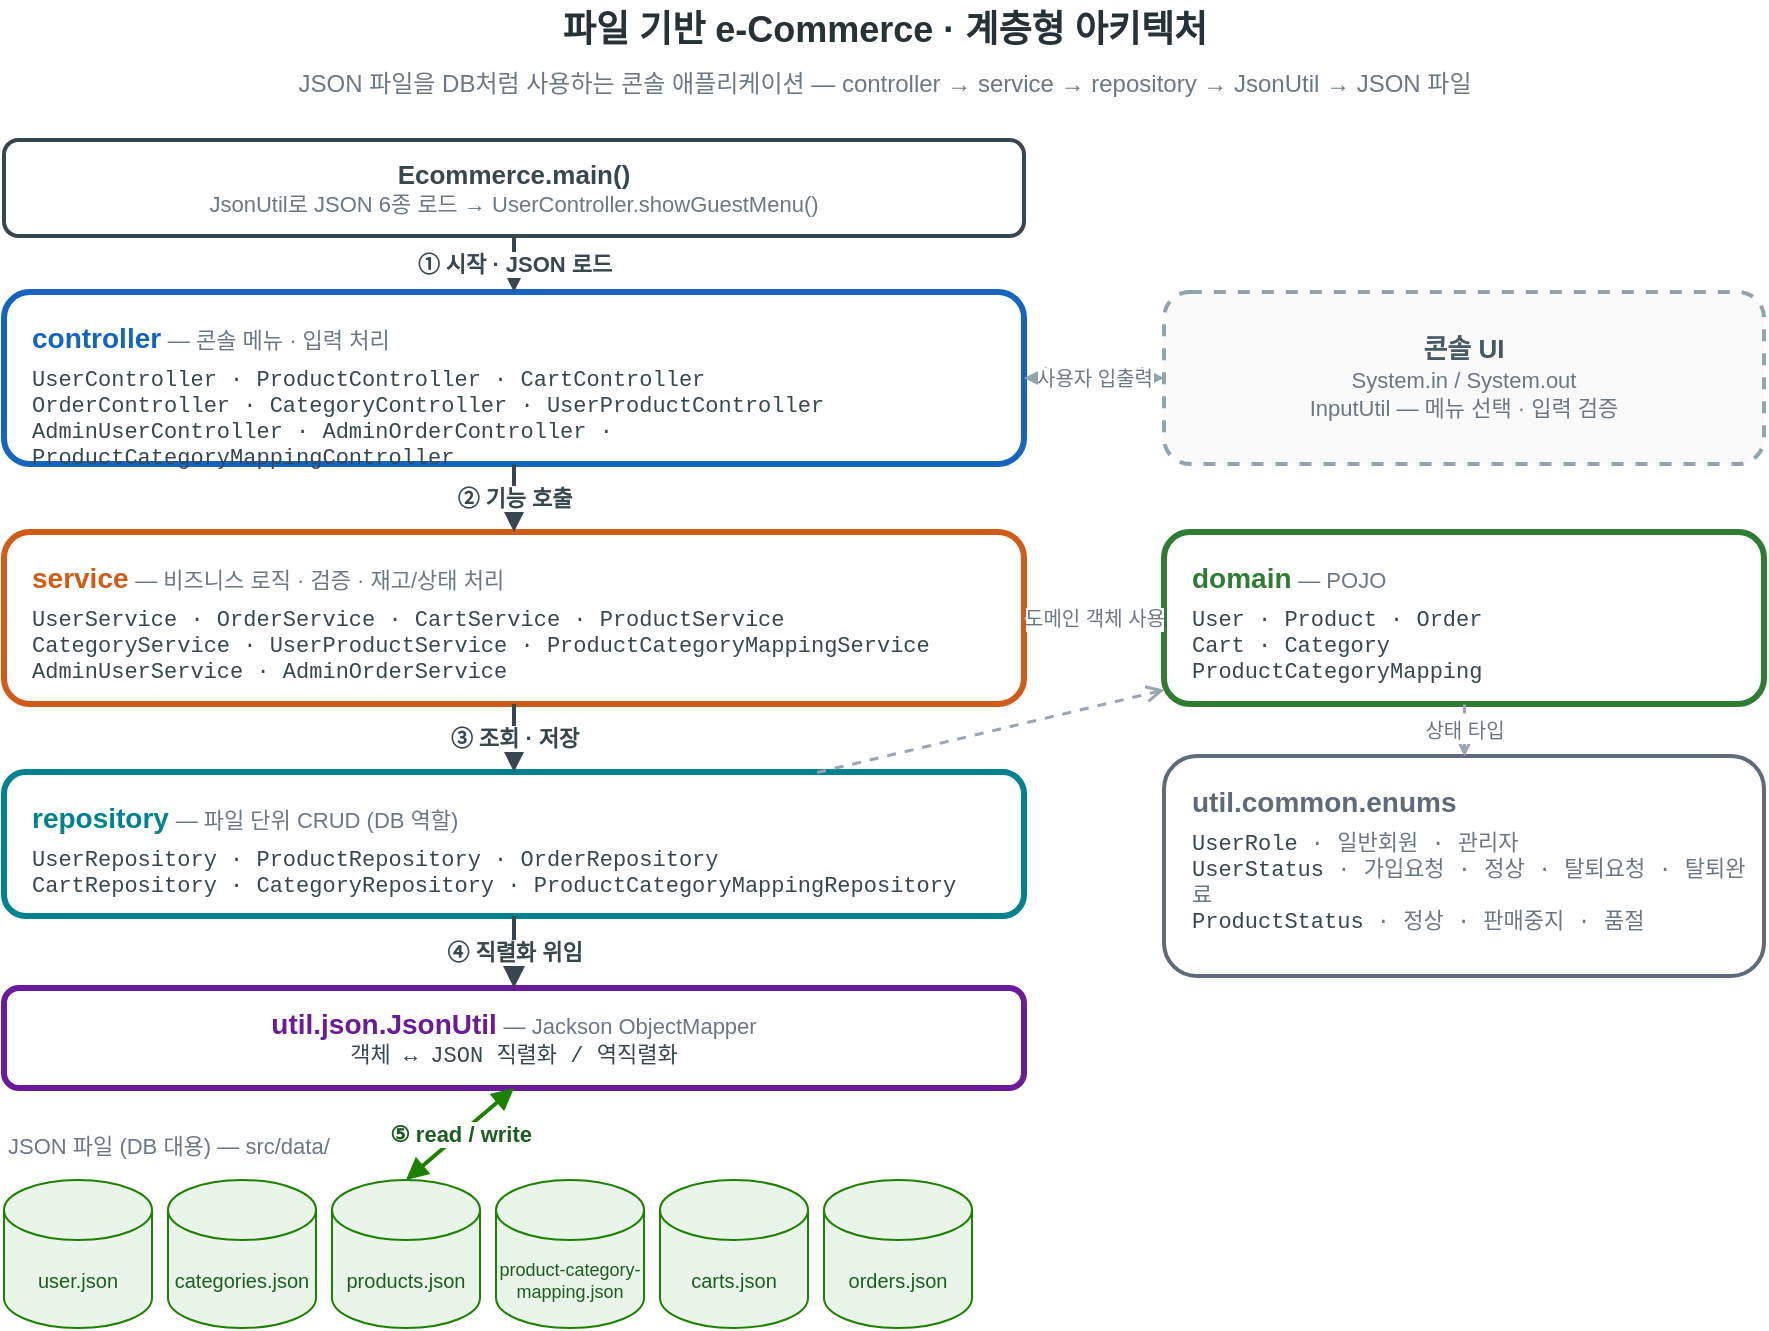
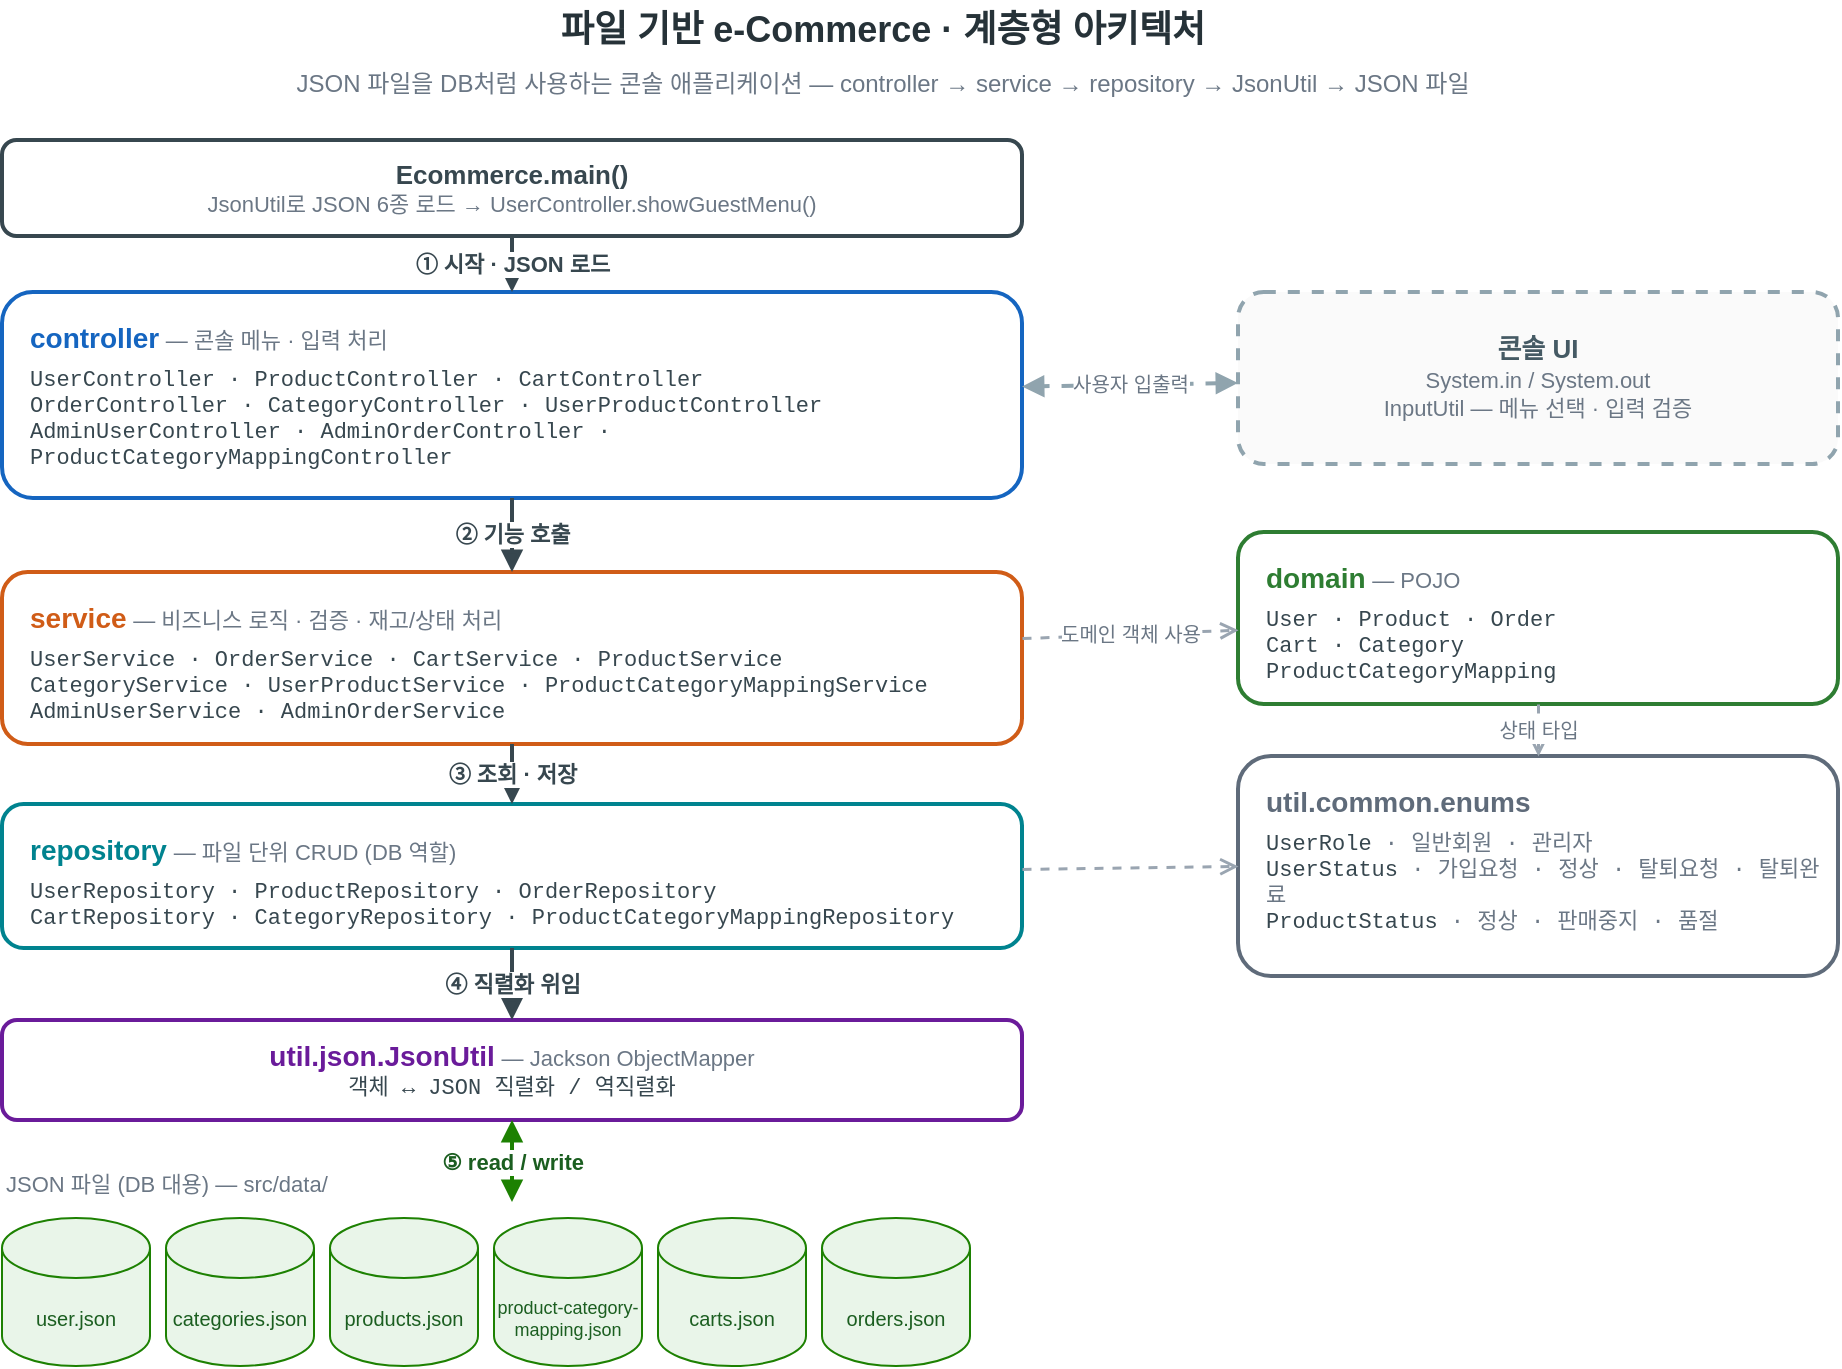
- <mxfile host="app.diagrams.net" type="device">
+ <mxfile host="Electron">
  <diagram id="ecommerce-arch" name="01_architecture">
-     <mxGraphModel dx="1100" dy="780" grid="0" gridSize="10" guides="1" tooltips="1" connect="1" arrows="1" fold="1" page="1" pageScale="1" pageWidth="1000" pageHeight="740" math="0" shadow="0">
+     <mxGraphModel dx="1414" dy="842" grid="0" gridSize="10" guides="1" tooltips="1" connect="1" arrows="1" fold="1" page="1" pageScale="1" pageWidth="1000" pageHeight="740" math="0" shadow="0">
      <root>
        <mxCell id="0" />
        <mxCell id="1" parent="0" />
- 
-         <mxCell id="title" value="&lt;b style='font-size:18px;color:#263238'&gt;파일 기반 e-Commerce · 계층형 아키텍처&lt;/b&gt;" style="text;html=1;align=center;verticalAlign=middle;fontColor=#263238;" vertex="1" parent="1">
-           <mxGeometry x="60" y="22" width="880" height="30" as="geometry" />
+         <mxCell id="title" parent="1" style="text;html=1;align=center;verticalAlign=middle;fontColor=#263238;" value="&lt;b style=&#39;font-size:18px;color:#263238&#39;&gt;파일 기반 e-Commerce · 계층형 아키텍처&lt;/b&gt;" vertex="1">
+           <mxGeometry height="30" width="880" x="60" y="22" as="geometry" />
        </mxCell>
-         <mxCell id="subtitle" value="&lt;span style='color:#6B7785;font-size:12px'&gt;JSON 파일을 DB처럼 사용하는 콘솔 애플리케이션 — controller → service → repository → JsonUtil → JSON 파일&lt;/span&gt;" style="text;html=1;align=center;verticalAlign=middle;" vertex="1" parent="1">
-           <mxGeometry x="60" y="54" width="880" height="20" as="geometry" />
+         <mxCell id="subtitle" parent="1" style="text;html=1;align=center;verticalAlign=middle;" value="&lt;span style=&#39;color:#6B7785;font-size:12px&#39;&gt;JSON 파일을 DB처럼 사용하는 콘솔 애플리케이션 — controller → service → repository → JsonUtil → JSON 파일&lt;/span&gt;" vertex="1">
+           <mxGeometry height="20" width="880" x="60" y="54" as="geometry" />
        </mxCell>
- 
-         <mxCell id="main" value="&lt;b style='font-size:13px;color:#37474F'&gt;Ecommerce.main()&lt;/b&gt;&lt;br&gt;&lt;span style='color:#6B7785;font-size:11px'&gt;JsonUtil로 JSON 6종 로드 → UserController.showGuestMenu()&lt;/span&gt;" style="rounded=1;whiteSpace=wrap;html=1;fillColor=#FFFFFF;strokeColor=#37474F;strokeWidth=2;verticalAlign=middle;align=center;" vertex="1" parent="1">
-           <mxGeometry x="60" y="92" width="510" height="48" as="geometry" />
+         <mxCell id="main" parent="1" style="rounded=1;whiteSpace=wrap;html=1;fillColor=#FFFFFF;strokeColor=#37474F;strokeWidth=2;verticalAlign=middle;align=center;" value="&lt;b style=&#39;font-size:13px;color:#37474F&#39;&gt;Ecommerce.main()&lt;/b&gt;&lt;br&gt;&lt;span style=&#39;color:#6B7785;font-size:11px&#39;&gt;JsonUtil로 JSON 6종 로드 → UserController.showGuestMenu()&lt;/span&gt;" vertex="1">
+           <mxGeometry height="48" width="510" x="60" y="92" as="geometry" />
        </mxCell>
- 
-         <mxCell id="ctrl" value="&lt;b style='color:#1565C0;font-size:14px'&gt;controller&lt;/b&gt; &lt;span style='color:#6B7785;font-size:11px'&gt;— 콘솔 메뉴 · 입력 처리&lt;/span&gt;&lt;div style='font-family:Courier New;font-size:11px;color:#37474F;margin-top:6px'&gt;UserController · ProductController · CartController&lt;br&gt;OrderController · CategoryController · UserProductController&lt;br&gt;AdminUserController · AdminOrderController · ProductCategoryMappingController&lt;/div&gt;" style="rounded=1;whiteSpace=wrap;html=1;fillColor=#FFFFFF;strokeColor=#1565C0;strokeWidth=3;verticalAlign=top;align=left;spacingLeft=12;spacingTop=8;spacingRight=10;" vertex="1" parent="1">
-           <mxGeometry x="60" y="168" width="510" height="86" as="geometry" />
+         <mxCell id="ctrl" parent="1" style="rounded=1;whiteSpace=wrap;html=1;fillColor=#FFFFFF;strokeColor=#1565C0;strokeWidth=2;verticalAlign=top;align=left;spacingLeft=12;spacingTop=8;spacingRight=10;" value="&lt;b style=&#39;color:#1565C0;font-size:14px&#39;&gt;controller&lt;/b&gt; &lt;span style=&#39;color:#6B7785;font-size:11px&#39;&gt;— 콘솔 메뉴 · 입력 처리&lt;/span&gt;&lt;div style=&#39;font-family:Courier New;font-size:11px;color:#37474F;margin-top:6px&#39;&gt;UserController · ProductController · CartController&lt;br&gt;OrderController · CategoryController · UserProductController&lt;br&gt;AdminUserController · AdminOrderController · ProductCategoryMappingController&lt;/div&gt;" vertex="1">
+           <mxGeometry height="103" width="510" x="60" y="168" as="geometry" />
        </mxCell>
- 
-         <mxCell id="svc" value="&lt;b style='color:#D05C17;font-size:14px'&gt;service&lt;/b&gt; &lt;span style='color:#6B7785;font-size:11px'&gt;— 비즈니스 로직 · 검증 · 재고/상태 처리&lt;/span&gt;&lt;div style='font-family:Courier New;font-size:11px;color:#37474F;margin-top:6px'&gt;UserService · OrderService · CartService · ProductService&lt;br&gt;CategoryService · UserProductService · ProductCategoryMappingService&lt;br&gt;AdminUserService · AdminOrderService&lt;/div&gt;" style="rounded=1;whiteSpace=wrap;html=1;fillColor=#FFFFFF;strokeColor=#D05C17;strokeWidth=3;verticalAlign=top;align=left;spacingLeft=12;spacingTop=8;spacingRight=10;" vertex="1" parent="1">
-           <mxGeometry x="60" y="288" width="510" height="86" as="geometry" />
+         <mxCell id="svc" parent="1" style="rounded=1;whiteSpace=wrap;html=1;fillColor=#FFFFFF;strokeColor=#D05C17;strokeWidth=2;verticalAlign=top;align=left;spacingLeft=12;spacingTop=8;spacingRight=10;" value="&lt;b style=&#39;color:#D05C17;font-size:14px&#39;&gt;service&lt;/b&gt; &lt;span style=&#39;color:#6B7785;font-size:11px&#39;&gt;— 비즈니스 로직 · 검증 · 재고/상태 처리&lt;/span&gt;&lt;div style=&#39;font-family:Courier New;font-size:11px;color:#37474F;margin-top:6px&#39;&gt;UserService · OrderService · CartService · ProductService&lt;br&gt;CategoryService · UserProductService · ProductCategoryMappingService&lt;br&gt;AdminUserService · AdminOrderService&lt;/div&gt;" vertex="1">
+           <mxGeometry height="86" width="510" x="60" y="308" as="geometry" />
        </mxCell>
- 
-         <mxCell id="repo" value="&lt;b style='color:#00838F;font-size:14px'&gt;repository&lt;/b&gt; &lt;span style='color:#6B7785;font-size:11px'&gt;— 파일 단위 CRUD (DB 역할)&lt;/span&gt;&lt;div style='font-family:Courier New;font-size:11px;color:#37474F;margin-top:6px'&gt;UserRepository · ProductRepository · OrderRepository&lt;br&gt;CartRepository · CategoryRepository · ProductCategoryMappingRepository&lt;/div&gt;" style="rounded=1;whiteSpace=wrap;html=1;fillColor=#FFFFFF;strokeColor=#00838F;strokeWidth=3;verticalAlign=top;align=left;spacingLeft=12;spacingTop=8;spacingRight=10;" vertex="1" parent="1">
-           <mxGeometry x="60" y="408" width="510" height="72" as="geometry" />
+         <mxCell id="repo" parent="1" style="rounded=1;whiteSpace=wrap;html=1;fillColor=#FFFFFF;strokeColor=#00838F;strokeWidth=2;verticalAlign=top;align=left;spacingLeft=12;spacingTop=8;spacingRight=10;" value="&lt;b style=&#39;color:#00838F;font-size:14px&#39;&gt;repository&lt;/b&gt; &lt;span style=&#39;color:#6B7785;font-size:11px&#39;&gt;— 파일 단위 CRUD (DB 역할)&lt;/span&gt;&lt;div style=&#39;font-family:Courier New;font-size:11px;color:#37474F;margin-top:6px&#39;&gt;UserRepository · ProductRepository · OrderRepository&lt;br&gt;CartRepository · CategoryRepository · ProductCategoryMappingRepository&lt;/div&gt;" vertex="1">
+           <mxGeometry height="72" width="510" x="60" y="424" as="geometry" />
        </mxCell>
- 
-         <mxCell id="jsonutil" value="&lt;b style='color:#6A1B9A;font-size:14px'&gt;util.json.JsonUtil&lt;/b&gt; &lt;span style='color:#6B7785;font-size:11px'&gt;— Jackson ObjectMapper&lt;/span&gt;&lt;br&gt;&lt;span style='font-family:Courier New;font-size:11px;color:#37474F'&gt;객체 ↔ JSON 직렬화 / 역직렬화&lt;/span&gt;" style="rounded=1;whiteSpace=wrap;html=1;fillColor=#FFFFFF;strokeColor=#6A1B9A;strokeWidth=3;verticalAlign=middle;align=center;" vertex="1" parent="1">
-           <mxGeometry x="60" y="516" width="510" height="50" as="geometry" />
+         <mxCell id="jsonutil" parent="1" style="rounded=1;whiteSpace=wrap;html=1;fillColor=#FFFFFF;strokeColor=#6A1B9A;strokeWidth=2;verticalAlign=middle;align=center;" value="&lt;b style=&#39;color:#6A1B9A;font-size:14px&#39;&gt;util.json.JsonUtil&lt;/b&gt; &lt;span style=&#39;color:#6B7785;font-size:11px&#39;&gt;— Jackson ObjectMapper&lt;/span&gt;&lt;br&gt;&lt;span style=&#39;font-family:Courier New;font-size:11px;color:#37474F&#39;&gt;객체 ↔ JSON 직렬화 / 역직렬화&lt;/span&gt;" vertex="1">
+           <mxGeometry height="50" width="510" x="60" y="532" as="geometry" />
        </mxCell>
- 
-         <mxCell id="dblabel" value="&lt;span style='color:#6B7785;font-size:11px'&gt;JSON 파일 (DB 대용) — src/data/&lt;/span&gt;" style="text;html=1;align=left;verticalAlign=middle;" vertex="1" parent="1">
-           <mxGeometry x="60" y="586" width="510" height="18" as="geometry" />
+         <mxCell id="dblabel" parent="1" style="text;html=1;align=left;verticalAlign=middle;" value="&lt;span style=&#39;color:#6B7785;font-size:11px&#39;&gt;JSON 파일 (DB 대용) — src/data/&lt;/span&gt;" vertex="1">
+           <mxGeometry height="18" width="510" x="60" y="605" as="geometry" />
        </mxCell>
- 
-         <mxCell id="cyl1" value="user.json" style="shape=cylinder3;whiteSpace=wrap;html=1;boundedLbl=1;backgroundOutline=1;fillColor=#E9F5E9;strokeColor=#1D8102;fontSize=10;fontColor=#1B5E20;" vertex="1" parent="1">
-           <mxGeometry x="60" y="612" width="74" height="74" as="geometry" />
+         <mxCell id="cyl1" parent="1" style="shape=cylinder3;whiteSpace=wrap;html=1;boundedLbl=1;backgroundOutline=1;fillColor=#E9F5E9;strokeColor=#1D8102;fontSize=10;fontColor=#1B5E20;" value="user.json" vertex="1">
+           <mxGeometry height="74" width="74" x="60" y="631" as="geometry" />
        </mxCell>
-         <mxCell id="cyl2" value="categories.json" style="shape=cylinder3;whiteSpace=wrap;html=1;boundedLbl=1;backgroundOutline=1;fillColor=#E9F5E9;strokeColor=#1D8102;fontSize=10;fontColor=#1B5E20;" vertex="1" parent="1">
-           <mxGeometry x="142" y="612" width="74" height="74" as="geometry" />
+         <mxCell id="cyl2" parent="1" style="shape=cylinder3;whiteSpace=wrap;html=1;boundedLbl=1;backgroundOutline=1;fillColor=#E9F5E9;strokeColor=#1D8102;fontSize=10;fontColor=#1B5E20;" value="categories.json" vertex="1">
+           <mxGeometry height="74" width="74" x="142" y="631" as="geometry" />
        </mxCell>
-         <mxCell id="cyl3" value="products.json" style="shape=cylinder3;whiteSpace=wrap;html=1;boundedLbl=1;backgroundOutline=1;fillColor=#E9F5E9;strokeColor=#1D8102;fontSize=10;fontColor=#1B5E20;" vertex="1" parent="1">
-           <mxGeometry x="224" y="612" width="74" height="74" as="geometry" />
+         <mxCell id="cyl3" parent="1" style="shape=cylinder3;whiteSpace=wrap;html=1;boundedLbl=1;backgroundOutline=1;fillColor=#E9F5E9;strokeColor=#1D8102;fontSize=10;fontColor=#1B5E20;" value="products.json" vertex="1">
+           <mxGeometry height="74" width="74" x="224" y="631" as="geometry" />
        </mxCell>
-         <mxCell id="cyl4" value="product-category-mapping.json" style="shape=cylinder3;whiteSpace=wrap;html=1;boundedLbl=1;backgroundOutline=1;fillColor=#E9F5E9;strokeColor=#1D8102;fontSize=9;fontColor=#1B5E20;" vertex="1" parent="1">
-           <mxGeometry x="306" y="612" width="74" height="74" as="geometry" />
+         <mxCell id="cyl4" parent="1" style="shape=cylinder3;whiteSpace=wrap;html=1;boundedLbl=1;backgroundOutline=1;fillColor=#E9F5E9;strokeColor=#1D8102;fontSize=9;fontColor=#1B5E20;" value="product-category-mapping.json" vertex="1">
+           <mxGeometry height="74" width="74" x="306" y="631" as="geometry" />
        </mxCell>
-         <mxCell id="cyl5" value="carts.json" style="shape=cylinder3;whiteSpace=wrap;html=1;boundedLbl=1;backgroundOutline=1;fillColor=#E9F5E9;strokeColor=#1D8102;fontSize=10;fontColor=#1B5E20;" vertex="1" parent="1">
-           <mxGeometry x="388" y="612" width="74" height="74" as="geometry" />
+         <mxCell id="cyl5" parent="1" style="shape=cylinder3;whiteSpace=wrap;html=1;boundedLbl=1;backgroundOutline=1;fillColor=#E9F5E9;strokeColor=#1D8102;fontSize=10;fontColor=#1B5E20;" value="carts.json" vertex="1">
+           <mxGeometry height="74" width="74" x="388" y="631" as="geometry" />
        </mxCell>
-         <mxCell id="cyl6" value="orders.json" style="shape=cylinder3;whiteSpace=wrap;html=1;boundedLbl=1;backgroundOutline=1;fillColor=#E9F5E9;strokeColor=#1D8102;fontSize=10;fontColor=#1B5E20;" vertex="1" parent="1">
-           <mxGeometry x="470" y="612" width="74" height="74" as="geometry" />
+         <mxCell id="cyl6" parent="1" style="shape=cylinder3;whiteSpace=wrap;html=1;boundedLbl=1;backgroundOutline=1;fillColor=#E9F5E9;strokeColor=#1D8102;fontSize=10;fontColor=#1B5E20;" value="orders.json" vertex="1">
+           <mxGeometry height="74" width="74" x="470" y="631" as="geometry" />
        </mxCell>
- 
-         <mxCell id="console" value="&lt;b style='font-size:13px;color:#455A64'&gt;콘솔 UI&lt;/b&gt;&lt;br&gt;&lt;span style='color:#6B7785;font-size:11px'&gt;System.in / System.out&lt;br&gt;InputUtil — 메뉴 선택 · 입력 검증&lt;/span&gt;" style="rounded=1;whiteSpace=wrap;html=1;fillColor=#FAFAFA;strokeColor=#90A4AE;strokeWidth=2;verticalAlign=middle;align=center;dashed=1;" vertex="1" parent="1">
-           <mxGeometry x="640" y="168" width="300" height="86" as="geometry" />
+         <mxCell id="console" parent="1" style="rounded=1;whiteSpace=wrap;html=1;fillColor=#FAFAFA;strokeColor=#90A4AE;strokeWidth=2;verticalAlign=middle;align=center;dashed=1;" value="&lt;b style=&#39;font-size:13px;color:#455A64&#39;&gt;콘솔 UI&lt;/b&gt;&lt;br&gt;&lt;span style=&#39;color:#6B7785;font-size:11px&#39;&gt;System.in / System.out&lt;br&gt;InputUtil — 메뉴 선택 · 입력 검증&lt;/span&gt;" vertex="1">
+           <mxGeometry height="86" width="300" x="678" y="168" as="geometry" />
        </mxCell>
- 
-         <mxCell id="domain" value="&lt;b style='color:#2E7D32;font-size:14px'&gt;domain&lt;/b&gt; &lt;span style='color:#6B7785;font-size:11px'&gt;— POJO&lt;/span&gt;&lt;div style='font-family:Courier New;font-size:11px;color:#37474F;margin-top:6px'&gt;User · Product · Order&lt;br&gt;Cart · Category&lt;br&gt;ProductCategoryMapping&lt;/div&gt;" style="rounded=1;whiteSpace=wrap;html=1;fillColor=#FFFFFF;strokeColor=#2E7D32;strokeWidth=3;verticalAlign=top;align=left;spacingLeft=12;spacingTop=8;" vertex="1" parent="1">
-           <mxGeometry x="640" y="288" width="300" height="86" as="geometry" />
+         <mxCell id="domain" parent="1" style="rounded=1;whiteSpace=wrap;html=1;fillColor=#FFFFFF;strokeColor=#2E7D32;strokeWidth=2;verticalAlign=top;align=left;spacingLeft=12;spacingTop=8;" value="&lt;b style=&#39;color:#2E7D32;font-size:14px&#39;&gt;domain&lt;/b&gt; &lt;span style=&#39;color:#6B7785;font-size:11px&#39;&gt;— POJO&lt;/span&gt;&lt;div style=&#39;font-family:Courier New;font-size:11px;color:#37474F;margin-top:6px&#39;&gt;User · Product · Order&lt;br&gt;Cart · Category&lt;br&gt;ProductCategoryMapping&lt;/div&gt;" vertex="1">
+           <mxGeometry height="86" width="300" x="678" y="288" as="geometry" />
        </mxCell>
- 
-         <mxCell id="enums" value="&lt;b style='color:#5F6B7A;font-size:14px'&gt;util.common.enums&lt;/b&gt;&lt;div style='font-family:Courier New;font-size:11px;color:#37474F;margin-top:6px'&gt;UserRole &lt;span style='color:#6B7785'&gt;· 일반회원 · 관리자&lt;/span&gt;&lt;br&gt;UserStatus &lt;span style='color:#6B7785'&gt;· 가입요청 · 정상 · 탈퇴요청 · 탈퇴완료&lt;/span&gt;&lt;br&gt;ProductStatus &lt;span style='color:#6B7785'&gt;· 정상 · 판매중지 · 품절&lt;/span&gt;&lt;/div&gt;" style="rounded=1;whiteSpace=wrap;html=1;fillColor=#FFFFFF;strokeColor=#5F6B7A;strokeWidth=2;verticalAlign=top;align=left;spacingLeft=12;spacingTop=8;" vertex="1" parent="1">
-           <mxGeometry x="640" y="400" width="300" height="110" as="geometry" />
+         <mxCell id="enums" parent="1" style="rounded=1;whiteSpace=wrap;html=1;fillColor=#FFFFFF;strokeColor=#5F6B7A;strokeWidth=2;verticalAlign=top;align=left;spacingLeft=12;spacingTop=8;" value="&lt;b style=&#39;color:#5F6B7A;font-size:14px&#39;&gt;util.common.enums&lt;/b&gt;&lt;div style=&#39;font-family:Courier New;font-size:11px;color:#37474F;margin-top:6px&#39;&gt;UserRole &lt;span style=&#39;color:#6B7785&#39;&gt;· 일반회원 · 관리자&lt;/span&gt;&lt;br&gt;UserStatus &lt;span style=&#39;color:#6B7785&#39;&gt;· 가입요청 · 정상 · 탈퇴요청 · 탈퇴완료&lt;/span&gt;&lt;br&gt;ProductStatus &lt;span style=&#39;color:#6B7785&#39;&gt;· 정상 · 판매중지 · 품절&lt;/span&gt;&lt;/div&gt;" vertex="1">
+           <mxGeometry height="110" width="300" x="678" y="400" as="geometry" />
        </mxCell>
- 
-         <mxCell id="e1" value="① 시작 · JSON 로드" style="endArrow=block;html=1;rounded=0;strokeColor=#37474F;strokeWidth=2;fontColor=#37474F;fontSize=11;fontStyle=1;" edge="1" parent="1" source="main" target="ctrl">
+         <mxCell id="e1" edge="1" parent="1" source="main" style="endArrow=block;html=1;rounded=0;strokeColor=#37474F;strokeWidth=2;fontColor=#37474F;fontSize=11;fontStyle=1;" target="ctrl" value="① 시작 · JSON 로드">
          <mxGeometry relative="1" as="geometry" />
        </mxCell>
-         <mxCell id="e2" value="② 기능 호출" style="endArrow=block;html=1;rounded=0;strokeColor=#37474F;strokeWidth=2;fontColor=#37474F;fontSize=11;fontStyle=1;" edge="1" parent="1" source="ctrl" target="svc">
+         <mxCell id="e2" edge="1" parent="1" source="ctrl" style="endArrow=block;html=1;rounded=0;strokeColor=#37474F;strokeWidth=2;fontColor=#37474F;fontSize=11;fontStyle=1;" target="svc" value="② 기능 호출">
+           <mxGeometry relative="1" x="-0.027" as="geometry">
+             <mxPoint as="offset" />
+           </mxGeometry>
+         </mxCell>
+         <mxCell id="e3" edge="1" parent="1" source="svc" style="endArrow=block;html=1;rounded=0;strokeColor=#37474F;strokeWidth=2;fontColor=#37474F;fontSize=11;fontStyle=1;" target="repo" value="③ 조회 · 저장">
          <mxGeometry relative="1" as="geometry" />
        </mxCell>
-         <mxCell id="e3" value="③ 조회 · 저장" style="endArrow=block;html=1;rounded=0;strokeColor=#37474F;strokeWidth=2;fontColor=#37474F;fontSize=11;fontStyle=1;" edge="1" parent="1" source="svc" target="repo">
+         <mxCell id="e4" edge="1" parent="1" source="repo" style="endArrow=block;html=1;rounded=0;strokeColor=#37474F;strokeWidth=2;fontColor=#37474F;fontSize=11;fontStyle=1;" target="jsonutil" value="④ 직렬화 위임">
          <mxGeometry relative="1" as="geometry" />
        </mxCell>
-         <mxCell id="e4" value="④ 직렬화 위임" style="endArrow=block;html=1;rounded=0;strokeColor=#37474F;strokeWidth=2;fontColor=#37474F;fontSize=11;fontStyle=1;" edge="1" parent="1" source="repo" target="jsonutil">
+         <mxCell id="e5" edge="1" parent="1" source="jsonutil" style="startArrow=block;endArrow=block;html=1;rounded=0;strokeColor=#1D8102;strokeWidth=2;fontColor=#1B5E20;fontSize=11;fontStyle=1;exitX=0.5;exitY=1;exitDx=0;exitDy=0;entryX=0.5;entryY=1;entryDx=0;entryDy=0;" target="dblabel" value="⑤ read / write">
+           <mxGeometry relative="1" as="geometry">
+             <mxPoint x="302" y="625" as="targetPoint" />
+           </mxGeometry>
+         </mxCell>
+         <mxCell id="e6" edge="1" parent="1" source="console" style="startArrow=block;endArrow=block;html=1;rounded=0;strokeColor=#90A4AE;strokeWidth=2;dashed=1;fontColor=#6B7785;fontSize=10;" target="ctrl" value="사용자 입출력">
          <mxGeometry relative="1" as="geometry" />
        </mxCell>
-         <mxCell id="e5" value="⑤ read / write" style="startArrow=block;endArrow=block;html=1;rounded=0;strokeColor=#1D8102;strokeWidth=2;fontColor=#1B5E20;fontSize=11;fontStyle=1;exitX=0.5;exitY=1;entryX=0.5;entryY=0;" edge="1" parent="1" source="jsonutil" target="cyl3">
+         <mxCell id="e7" edge="1" parent="1" source="svc" style="endArrow=open;html=1;rounded=0;strokeColor=#9AA5B1;strokeWidth=1.5;dashed=1;fontColor=#6B7785;fontSize=10;" target="domain" value="도메인 객체 사용">
          <mxGeometry relative="1" as="geometry" />
        </mxCell>
-         <mxCell id="e6" value="사용자 입출력" style="startArrow=block;endArrow=block;html=1;rounded=0;strokeColor=#90A4AE;strokeWidth=2;dashed=1;fontColor=#6B7785;fontSize=10;" edge="1" parent="1" source="console" target="ctrl">
+         <mxCell id="e8" edge="1" parent="1" source="repo" style="endArrow=open;html=1;rounded=0;strokeColor=#9AA5B1;strokeWidth=1.5;dashed=1;entryX=0;entryY=0.5;entryDx=0;entryDy=0;" target="enums" value="">
          <mxGeometry relative="1" as="geometry" />
        </mxCell>
-         <mxCell id="e7" value="도메인 객체 사용" style="endArrow=open;html=1;rounded=0;strokeColor=#9AA5B1;strokeWidth=1.5;dashed=1;fontColor=#6B7785;fontSize=10;" edge="1" parent="1" source="svc" target="domain">
+         <mxCell id="e9" edge="1" parent="1" source="domain" style="endArrow=open;html=1;rounded=0;strokeColor=#9AA5B1;strokeWidth=1.5;dashed=1;fontColor=#6B7785;fontSize=10;" target="enums" value="상태 타입">
          <mxGeometry relative="1" as="geometry" />
        </mxCell>
-         <mxCell id="e8" value="" style="endArrow=open;html=1;rounded=0;strokeColor=#9AA5B1;strokeWidth=1.5;dashed=1;" edge="1" parent="1" source="repo" target="domain">
-           <mxGeometry relative="1" as="geometry" />
-         </mxCell>
-         <mxCell id="e9" value="상태 타입" style="endArrow=open;html=1;rounded=0;strokeColor=#9AA5B1;strokeWidth=1.5;dashed=1;fontColor=#6B7785;fontSize=10;" edge="1" parent="1" source="domain" target="enums">
-           <mxGeometry relative="1" as="geometry" />
-         </mxCell>
- 
      </root>
    </mxGraphModel>
  </diagram>
</mxfile>
